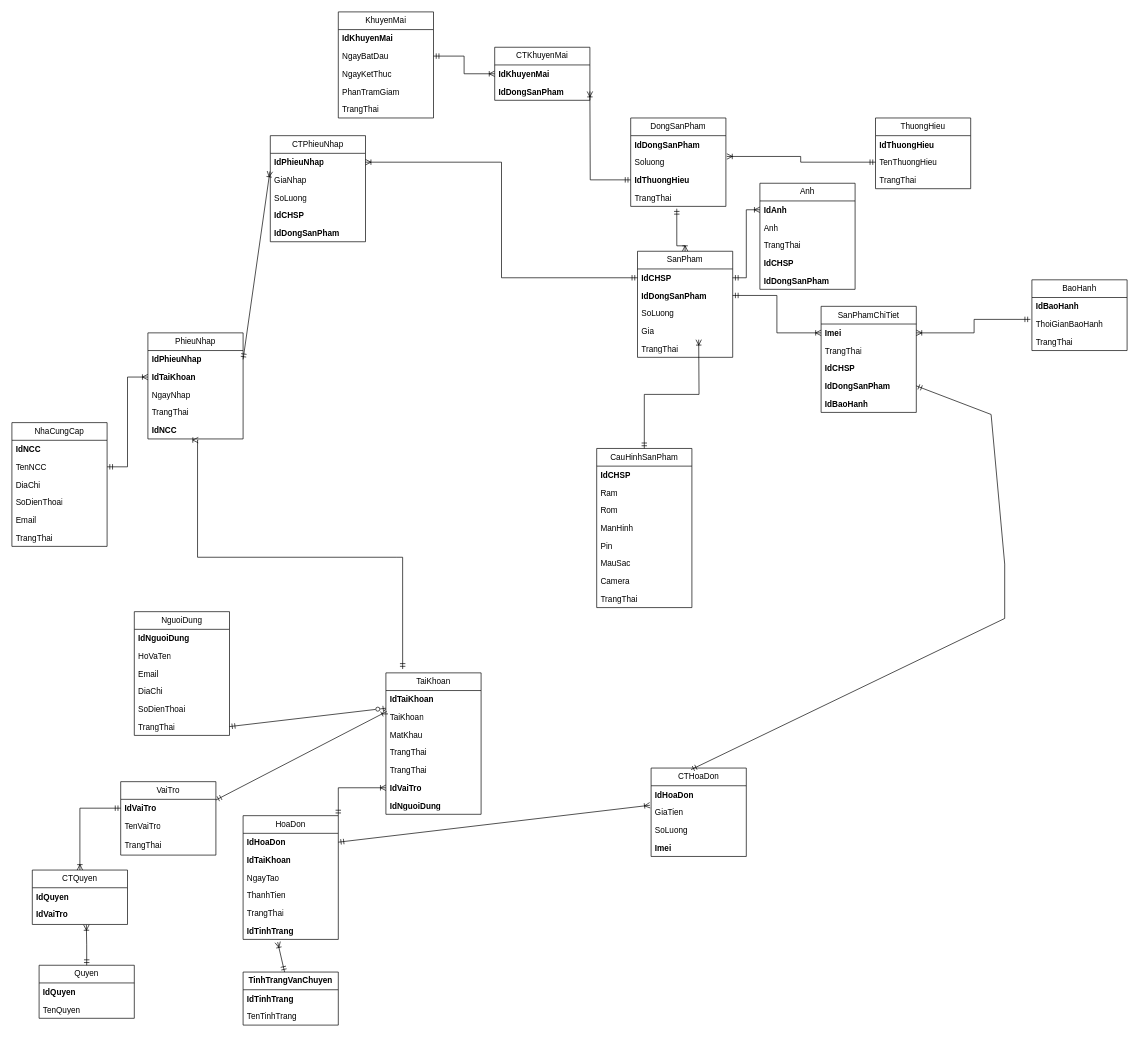
This is erd/CSDL.drawio from DBPCod/Web-NangCao, a draw.io file, before an edit. Source tidied: cells renumbered, new cells numbered last; positions are measured from the earlier drawing's top-left corner, leaving out a move shared by most shapes. Both pictures are drawn from the tidied source at 68%, with x=0, y=0 at pixel (12, 12).
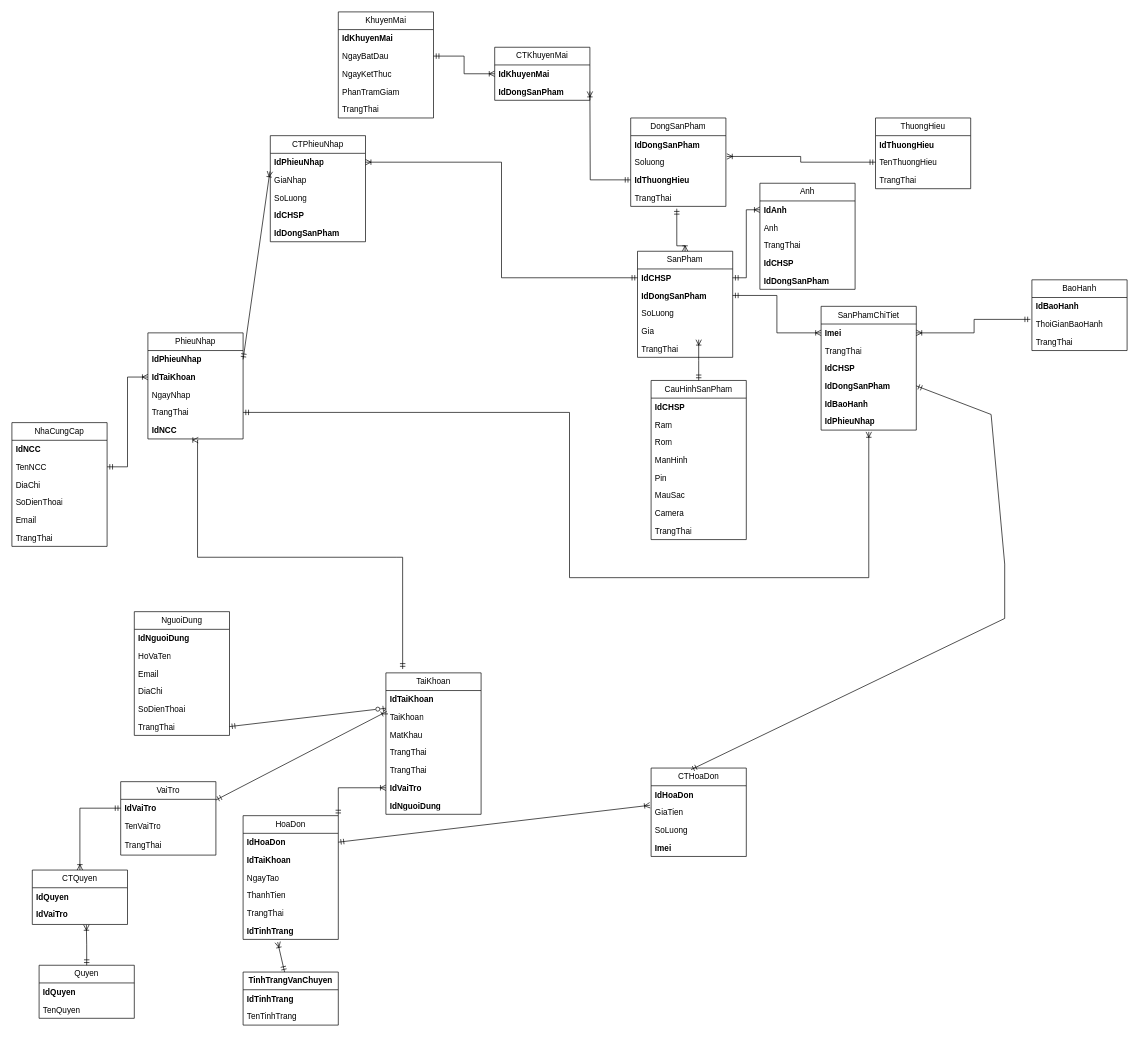
Above is the later version.

Commit message (it also covers changes not shown here):
them thuoc tinh idphieunhap cho bang sanphamchitiet

Unchanged cells that the change refers to:
```xml
<mxCell id="60" value="TrangThai" style="text;strokeColor=none;fillColor=none;align=left;verticalAlign=top;spacingLeft=4;spacingRight=4;overflow=hidden;points=[[0,0.5],[1,0.5]];portConstraint=eastwest;whiteSpace=wrap;html=1;fontStyle=0;" parent="56" vertex="1">
  <mxGeometry y="104" width="140" height="26" as="geometry" />
</mxCell>
```

What changed in the source:
```diff
@@
     <mxCell id="12" value="CauHinhSanPham" style="swimlane;fontStyle=0;horizontal=1;startSize=26;fillColor=none;whiteSpace=wrap;html=1;" parent="1" vertex="1">
-      <mxGeometry x="860" y="642" width="140" height="234" as="geometry" />
+      <mxGeometry x="940" y="542" width="140" height="234" as="geometry" />
     </mxCell>
@@
     <mxCell id="90" value="SanPhamChiTiet" style="swimlane;fontStyle=0;horizontal=1;startSize=26;fillColor=none;whiteSpace=wrap;html=1;" parent="1" vertex="1">
-      <mxGeometry x="1190" y="433" width="140" height="156" as="geometry" />
+      <mxGeometry x="1190" y="433" width="140" height="182" as="geometry" />
     </mxCell>
@@
+    <mxCell id="130" value="IdBaoHanh" style="text;strokeColor=none;fillColor=none;align=left;verticalAlign=top;spacingLeft=4;spacingRight=4;overflow=hidden;whiteSpace=wrap;html=1;fontStyle=1;" parent="90" vertex="1">
+      <mxGeometry y="130" width="140" height="26" as="geometry" />
+    </mxCell>
-    <mxCell id="95" value="IdBaoHanh" style="text;strokeColor=none;fillColor=none;align=left;verticalAlign=top;spacingLeft=4;spacingRight=4;overflow=hidden;points=[[0,0.5],[1,0.5]];portConstraint=eastwest;whiteSpace=wrap;html=1;fontStyle=1;" parent="90" vertex="1">
-      <mxGeometry y="130" width="140" height="26" as="geometry" />
+    <mxCell id="95" value="IdPhieuNhap" style="text;strokeColor=none;fillColor=none;align=left;verticalAlign=top;spacingLeft=4;spacingRight=4;overflow=hidden;points=[[0,0.5],[1,0.5]];portConstraint=eastwest;whiteSpace=wrap;html=1;fontStyle=1;" parent="90" vertex="1">
+      <mxGeometry y="156" width="140" height="26" as="geometry" />
     </mxCell>
@@
+    <mxCell id="131" style="edgeStyle=orthogonalEdgeStyle;rounded=0;jettySize=auto;html=1;exitX=0.501;exitY=1.1;exitDx=0;exitDy=0;entryX=1;entryY=0.5;entryDx=0;entryDy=0;exitPerimeter=0;endArrow=ERmandOne;endFill=0;startArrow=ERoneToMany;startFill=0;" parent="1" edge="1" source="95" target="60">
+      <mxGeometry relative="1" as="geometry">
+        <Array as="points">
+          <mxPoint x="1260" y="832" />
+          <mxPoint x="820" y="832" />
+          <mxPoint x="820" y="589" />
+        </Array>
+      </mxGeometry>
+    </mxCell>
```
